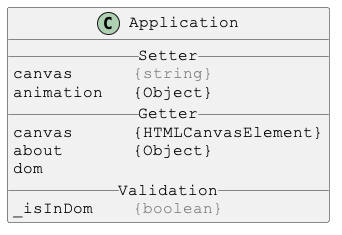
This is docs/PlantUml/images/Application.png from Justin-Byrne/canvasLab, a PlantUML export, as it was before one commit.
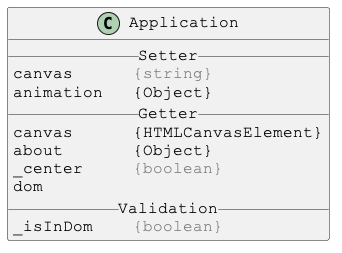
Above is the later version.

What changed in the source:
```diff
@@ -10,6 +10,7 @@
 __ Getter __
 canvas      {HTMLCanvasElement}
 about       {Object}
+_center     <color:gray>{boolean}</color>
 dom
 __ Validation __
 _isInDom    <color:gray>{boolean}</color>
```
